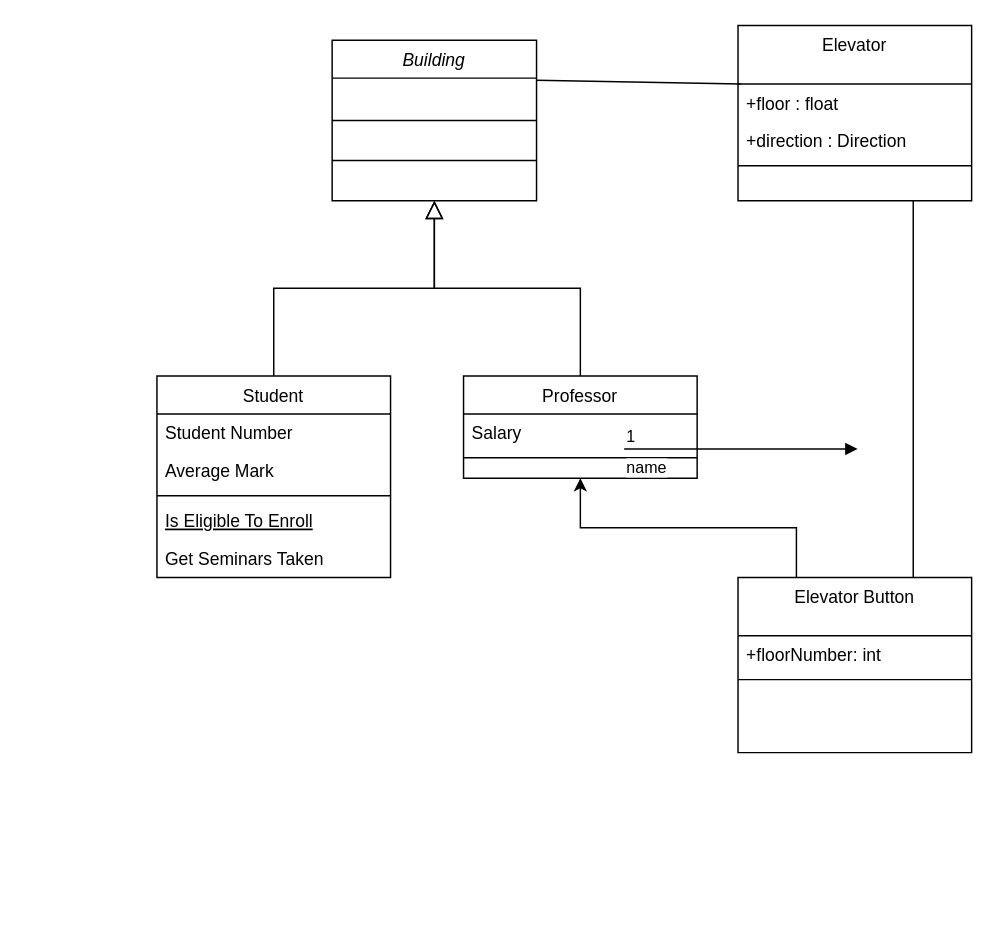
Before: class-diagram.drawio in AyushKrSingh000/Software-Engineering, a draw.io diagram. Source tidied: cells renumbered, new cells numbered last; positions are measured from the earlier drawing's top-left corner, leaving out a move shared by most shapes. Both pictures are drawn from the tidied source at 146%, with x=0, y=0 at pixel (156, 25).
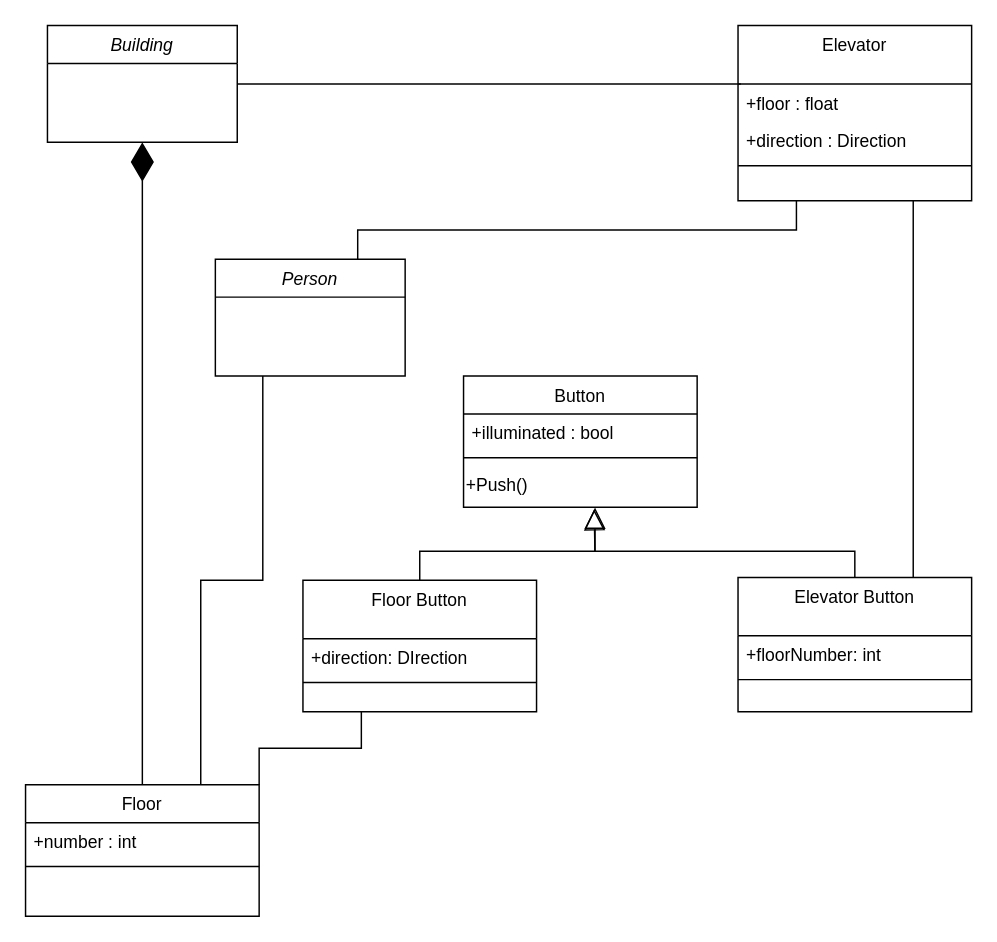
The same diagram, later.

Unchanged cells that the change refers to:
```xml
<mxCell id="14" value="Elevator" style="swimlane;fontStyle=0;align=center;verticalAlign=top;horizontal=1;startSize=40;rounded=0;shadow=0;strokeWidth=1;" parent="1" vertex="1">
  <mxGeometry x="398" width="160" height="120" as="geometry" />
</mxCell>
<mxCell id="15" value="+floor : float" style="text;align=left;verticalAlign=top;spacingLeft=4;spacingRight=4;overflow=hidden;points=[[0,0.5],[1,0.5]];portConstraint=eastwest;" parent="14" vertex="1">
  <mxGeometry y="40" width="160" height="26" as="geometry" />
</mxCell>
```

Change to the diagram source:
```diff
@@
     <mxCell id="2" value="Building" style="swimlane;fontStyle=2;align=center;verticalAlign=top;horizontal=1;startSize=26;rounded=0;shadow=0;strokeWidth=1;" parent="1" vertex="1">
-      <mxGeometry x="120" y="10" width="140" height="110" as="geometry" />
+      <mxGeometry x="-75" width="130" height="80" as="geometry" />
     </mxCell>
+    <mxCell id="28" style="edgeStyle=orthogonalEdgeStyle;rounded=0;jettySize=auto;html=1;exitX=0.75;exitY=0;exitDx=0;exitDy=0;entryX=0.25;entryY=1;entryDx=0;entryDy=0;endArrow=none;endFill=0;" parent="1" edge="1" source="3" target="37">
+      <mxGeometry relative="1" as="geometry" />
+    </mxCell>
-    <mxCell id="3" value="Student" style="swimlane;fontStyle=0;align=center;verticalAlign=top;horizontal=1;startSize=26;rounded=0;shadow=0;strokeWidth=1;" parent="1" vertex="1">
-      <mxGeometry y="240" width="160" height="138" as="geometry" />
+    <mxCell id="3" value="Floor" style="swimlane;fontStyle=0;align=center;verticalAlign=top;horizontal=1;startSize=26;rounded=0;shadow=0;strokeWidth=1;" parent="1" vertex="1">
+      <mxGeometry x="-90" y="520" width="160" height="90" as="geometry" />
     </mxCell>
-    <mxCell id="4" value="Student Number" style="text;align=left;verticalAlign=top;spacingLeft=4;spacingRight=4;overflow=hidden;" parent="3" vertex="1">
-      <mxGeometry y="26" width="160" height="26" as="geometry" />
-    </mxCell>
-    <mxCell id="5" value="Average Mark" style="text;align=left;verticalAlign=top;spacingLeft=4;spacingRight=4;overflow=hidden;rounded=0;shadow=0;html=0;" parent="3" vertex="1">
-      <mxGeometry y="52" width="160" height="26" as="geometry" />
+    <mxCell id="5" value="+number : int" style="text;align=left;verticalAlign=top;spacingLeft=4;spacingRight=4;overflow=hidden;rounded=0;shadow=0;html=0;" parent="3" vertex="1">
+      <mxGeometry y="26" width="160" height="26" as="geometry" />
     </mxCell>
     <mxCell id="6" style="line;html=1;strokeWidth=1;align=left;verticalAlign=middle;spacingTop=-1;spacingLeft=3;spacingRight=3;labelPosition=right;" parent="3" vertex="1">
-      <mxGeometry y="78" width="160" height="8" as="geometry" />
+      <mxGeometry y="52" width="160" height="8" as="geometry" />
     </mxCell>
-    <mxCell id="7" value="Is Eligible To Enroll" style="text;align=left;verticalAlign=top;spacingLeft=4;spacingRight=4;overflow=hidden;fontStyle=4;" parent="3" vertex="1">
-      <mxGeometry y="86" width="160" height="26" as="geometry" />
-    </mxCell>
-    <mxCell id="8" value="Get Seminars Taken" style="text;align=left;verticalAlign=top;spacingLeft=4;spacingRight=4;overflow=hidden;" parent="3" vertex="1">
-      <mxGeometry y="112" width="160" height="26" as="geometry" />
-    </mxCell>
-    <mxCell id="9" style="endArrow=block;endSize=10;endFill=0;shadow=0;strokeWidth=1;rounded=0;edgeStyle=elbowEdgeStyle;elbow=vertical;" parent="1" edge="1" source="3" target="2">
-      <mxGeometry relative="1" as="geometry" />
-    </mxCell>
-    <mxCell id="10" value="Professor" style="swimlane;fontStyle=0;align=center;verticalAlign=top;horizontal=1;startSize=26;rounded=0;shadow=0;strokeWidth=1;" parent="1" vertex="1">
-      <mxGeometry x="210" y="240" width="160" height="70" as="geometry" />
+    <mxCell id="10" value="Button" style="swimlane;fontStyle=0;align=center;verticalAlign=top;horizontal=1;startSize=26;rounded=0;shadow=0;strokeWidth=1;" parent="1" vertex="1">
+      <mxGeometry x="210" y="240" width="160" height="90" as="geometry" />
     </mxCell>
-    <mxCell id="11" value="Salary" style="text;align=left;verticalAlign=top;spacingLeft=4;spacingRight=4;overflow=hidden;" parent="10" vertex="1">
+    <mxCell id="11" value="+illuminated : bool" style="text;align=left;verticalAlign=top;spacingLeft=4;spacingRight=4;overflow=hidden;" parent="10" vertex="1">
       <mxGeometry y="26" width="160" height="26" as="geometry" />
     </mxCell>
@@
-    <mxCell id="13" style="endArrow=block;endSize=10;endFill=0;shadow=0;strokeWidth=1;rounded=0;edgeStyle=elbowEdgeStyle;elbow=vertical;" parent="1" edge="1" source="10" target="2">
-      <mxGeometry relative="1" as="geometry" />
-    </mxCell>
+    <mxCell id="29" value="+Push()" style="text;html=1;align=left;verticalAlign=middle;points=[];strokeColor=none;fillColor=none;" parent="10" vertex="1">
+      <mxGeometry y="60" width="160" height="30" as="geometry" />
+    </mxCell>
@@
-    <mxCell id="18" style="endArrow=none;html=1;rounded=0;entryX=1;entryY=0.75;entryDx=0;entryDy=0;exitX=0;exitY=0.75;exitDx=0;exitDy=0;" parent="1" edge="1" source="2" target="2">
-      <mxGeometry relative="1" as="geometry" />
-    </mxCell>
-    <mxCell id="19" style="endArrow=none;html=1;rounded=0;entryX=1;entryY=0.5;entryDx=0;entryDy=0;exitX=0;exitY=0.5;exitDx=0;exitDy=0;" parent="1" edge="1" source="2" target="2">
-      <mxGeometry relative="1" as="geometry" />
-    </mxCell>
-    <mxCell id="20" style="endArrow=none;html=1;rounded=0;exitX=1;exitY=0.25;exitDx=0;exitDy=0;entryX=0.012;entryY=0.003;entryDx=0;entryDy=0;entryPerimeter=0;" parent="1" edge="1" source="2" target="15">
+    <mxCell id="20" style="endArrow=none;html=1;rounded=0;exitX=1;exitY=0.5;exitDx=0;exitDy=0;entryX=0.012;entryY=0.003;entryDx=0;entryDy=0;entryPerimeter=0;" parent="1" edge="1" source="2" target="15">
       <mxGeometry relative="1" as="geometry" />
     </mxCell>
-    <mxCell id="21" style="edgeStyle=orthogonalEdgeStyle;rounded=0;jettySize=auto;html=1;exitX=0.25;exitY=0;exitDx=0;exitDy=0;entryX=0.5;entryY=1;entryDx=0;entryDy=0;" parent="1" edge="1" source="22" target="10">
-      <mxGeometry relative="1" as="geometry" />
-    </mxCell>
     <mxCell id="22" value="Elevator Button" style="swimlane;fontStyle=0;align=center;verticalAlign=top;horizontal=1;startSize=40;rounded=0;shadow=0;strokeWidth=1;" parent="1" vertex="1">
-      <mxGeometry x="398" y="378" width="160" height="120" as="geometry" />
+      <mxGeometry x="398" y="378" width="160" height="92" as="geometry" />
     </mxCell>
@@
-    <mxCell id="25" style="endArrow=none;html=1;rounded=0;entryX=0.75;entryY=1;entryDx=0;entryDy=0;exitX=0.75;exitY=0;exitDx=0;exitDy=0;" parent="1" edge="1" source="22" target="14">
+    <mxCell id="25" style="endArrow=none;html=1;rounded=0;entryX=0.75;entryY=1;entryDx=0;entryDy=0;exitX=0.75;exitY=0;exitDx=0;exitDy=0;strokeColor=default;" parent="1" edge="1" source="22" target="14">
       <mxGeometry relative="1" as="geometry" />
     </mxCell>
-    <mxCell id="26" value="name" style="endArrow=block;endFill=1;html=1;edgeStyle=orthogonalEdgeStyle;align=left;verticalAlign=top;rounded=0;" parent="1" edge="1">
-      <mxGeometry x="-1" relative="1" as="geometry">
-        <mxPoint x="320" y="290" as="sourcePoint" />
-        <mxPoint x="480" y="290" as="targetPoint" />
-      </mxGeometry>
-    </mxCell>
-    <mxCell id="27" value="1" style="edgeLabel;html=1;align=left;verticalAlign=bottom;" parent="26" vertex="1">
-      <mxGeometry x="-1" relative="1" as="geometry" />
-    </mxCell>
+    <mxCell id="9" style="endArrow=diamondThin;endFill=1;endSize=24;html=1;rounded=0;entryX=0.5;entryY=1;entryDx=0;entryDy=0;exitX=0.5;exitY=0;exitDx=0;exitDy=0;" parent="1" edge="1" source="3" target="2">
+      <mxGeometry relative="1" as="geometry" />
+    </mxCell>
+    <mxCell id="30" style="edgeStyle=orthogonalEdgeStyle;rounded=0;jettySize=auto;html=1;exitX=0.25;exitY=1;exitDx=0;exitDy=0;entryX=1;entryY=0;entryDx=0;entryDy=0;endArrow=none;endFill=0;" parent="1" edge="1" source="31" target="3">
+      <mxGeometry relative="1" as="geometry" />
+    </mxCell>
+    <mxCell id="31" value="Floor Button" style="swimlane;fontStyle=0;align=center;verticalAlign=top;horizontal=1;startSize=40;rounded=0;shadow=0;strokeWidth=1;" parent="1" vertex="1">
+      <mxGeometry x="100" y="380" width="160" height="90" as="geometry" />
+    </mxCell>
+    <mxCell id="32" value="+direction: DIrection" style="text;align=left;verticalAlign=top;spacingLeft=4;spacingRight=4;overflow=hidden;" parent="31" vertex="1">
+      <mxGeometry y="40" width="160" height="26" as="geometry" />
+    </mxCell>
+    <mxCell id="33" style="line;html=1;strokeWidth=1;align=left;verticalAlign=middle;spacingTop=-1;spacingLeft=3;spacingRight=3;labelPosition=right;" parent="31" vertex="1">
+      <mxGeometry y="66" width="160" height="8" as="geometry" />
+    </mxCell>
+    <mxCell id="34" style="endArrow=block;endFill=0;endSize=12;html=1;rounded=0;exitX=0.5;exitY=0;exitDx=0;exitDy=0;entryX=0.563;entryY=1.006;entryDx=0;entryDy=0;entryPerimeter=0;" parent="1" edge="1" source="31" target="29">
+      <mxGeometry relative="1" as="geometry">
+        <Array as="points">
+          <mxPoint x="180" y="360" />
+          <mxPoint x="300" y="360" />
+        </Array>
+      </mxGeometry>
+    </mxCell>
+    <mxCell id="35" style="endArrow=block;endFill=0;endSize=12;html=1;rounded=0;exitX=0.5;exitY=0;exitDx=0;exitDy=0;entryX=0.559;entryY=1.042;entryDx=0;entryDy=0;entryPerimeter=0;" parent="1" edge="1" source="22" target="29">
+      <mxGeometry relative="1" as="geometry">
+        <Array as="points">
+          <mxPoint x="478" y="360" />
+          <mxPoint x="300" y="360" />
+        </Array>
+      </mxGeometry>
+    </mxCell>
+    <mxCell id="36" style="edgeStyle=orthogonalEdgeStyle;rounded=0;jettySize=auto;html=1;exitX=0.75;exitY=0;exitDx=0;exitDy=0;entryX=0.25;entryY=1;entryDx=0;entryDy=0;endArrow=none;endFill=0;" parent="1" edge="1" source="37" target="14">
+      <mxGeometry relative="1" as="geometry" />
+    </mxCell>
+    <mxCell id="37" value="Person" style="swimlane;fontStyle=2;align=center;verticalAlign=top;horizontal=1;startSize=26;rounded=0;shadow=0;strokeWidth=1;" parent="1" vertex="1">
+      <mxGeometry x="40" y="160" width="130" height="80" as="geometry" />
+    </mxCell>
```
